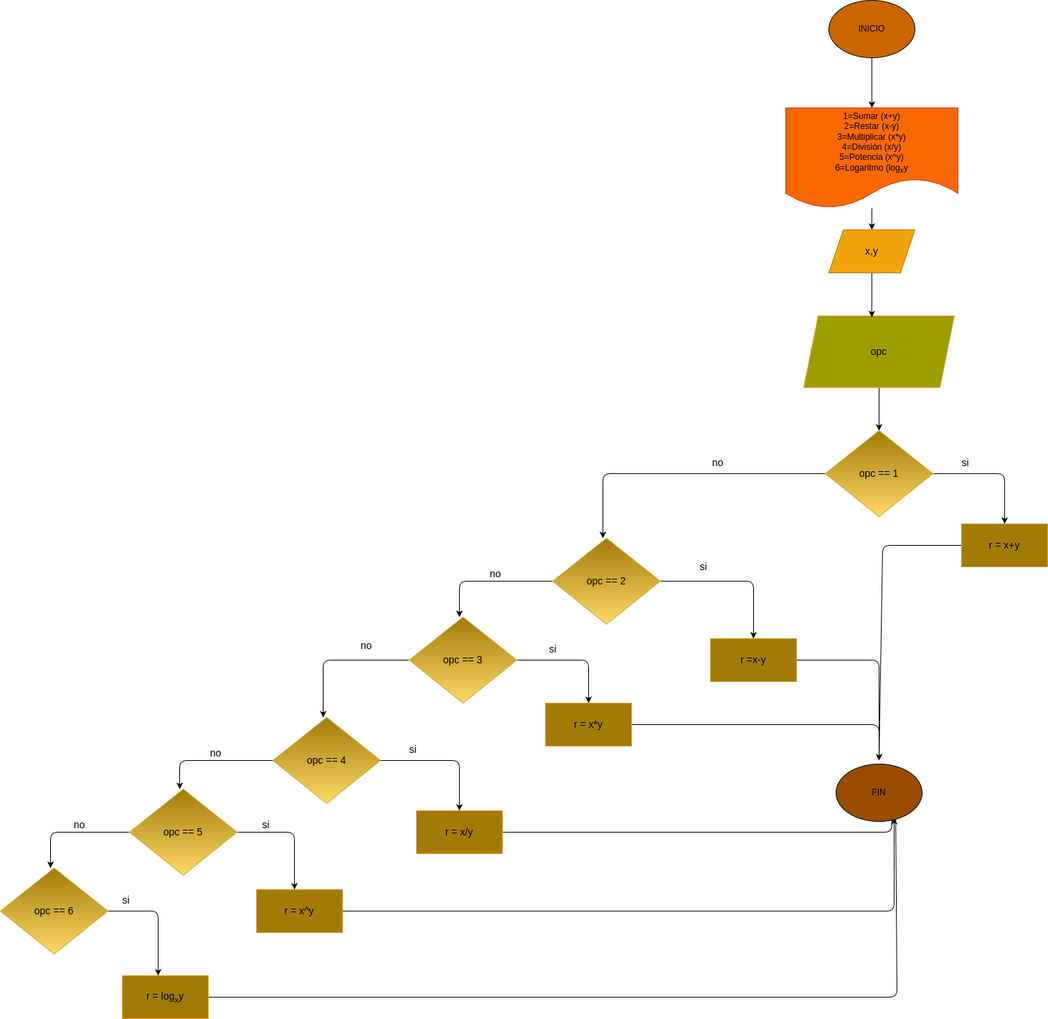
Before: diagrama.png, a diagram exported from draw.io (nidamapi/Mini_Calculadora_Guanentina). Source tidied: cells renumbered, new cells last; positions are measured from the earlier drawing's top-left corner, leaving out a move shared by most shapes.
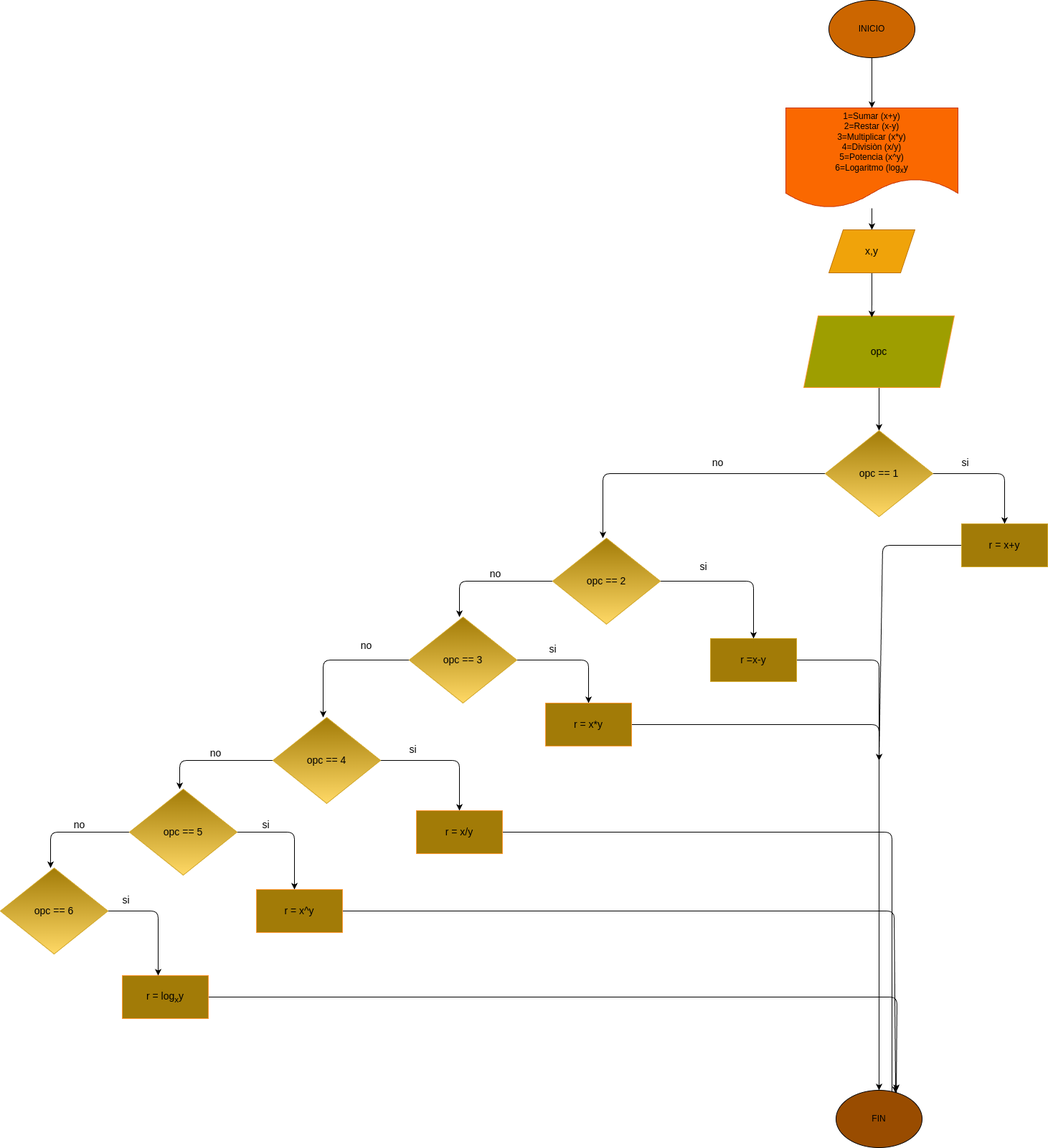
After the change.

Diff of the diagram source:
```diff
@@ -113,11 +113,11 @@
     <mxCell id="24" value="si" style="text;html=1;align=center;verticalAlign=middle;strokeColor=none;fillColor=none;fontSize=14;" parent="1" vertex="1">
       <mxGeometry x="755" y="890" width="30" height="30" as="geometry" />
     </mxCell>
-    <mxCell id="25" style="edgeStyle=none;html=1;fontSize=14;startArrow=none;startFill=0;" parent="1" edge="1" source="26">
+    <mxCell id="25" style="edgeStyle=none;html=1;fontSize=14;startArrow=none;startFill=0;entryX=0.5;entryY=0;entryDx=0;entryDy=0;" parent="1" edge="1" source="26" target="50">
       <mxGeometry relative="1" as="geometry">
-        <mxPoint x="1225" y="1060" as="targetPoint" />
         <Array as="points">
           <mxPoint x="1225" y="1010" />
+          <mxPoint x="1225" y="1170" />
         </Array>
       </mxGeometry>
     </mxCell>
@@ -155,11 +155,11 @@
     <mxCell id="33" value="si" style="text;html=1;align=center;verticalAlign=middle;strokeColor=none;fillColor=none;fontSize=14;" parent="1" vertex="1">
       <mxGeometry x="560" y="1030" width="30" height="30" as="geometry" />
     </mxCell>
-    <mxCell id="34" style="edgeStyle=none;html=1;entryX=0.582;entryY=1.043;entryDx=0;entryDy=0;entryPerimeter=0;fontSize=14;startArrow=none;startFill=0;" parent="1" edge="1" source="35">
+    <mxCell id="34" style="edgeStyle=none;html=1;entryX=0.708;entryY=0.013;entryDx=0;entryDy=0;entryPerimeter=0;fontSize=14;startArrow=none;startFill=0;" parent="1" edge="1" source="35" target="50">
       <mxGeometry relative="1" as="geometry">
-        <mxPoint x="1243" y="1133" as="targetPoint" />
         <Array as="points">
           <mxPoint x="1243" y="1160" />
+          <mxPoint x="1243" y="1530" />
         </Array>
       </mxGeometry>
     </mxCell>
@@ -191,9 +191,8 @@
     <mxCell id="40" value="si" style="text;html=1;align=center;verticalAlign=middle;strokeColor=none;fillColor=none;fontSize=14;" parent="1" vertex="1">
       <mxGeometry x="355" y="1135" width="30" height="30" as="geometry" />
     </mxCell>
-    <mxCell id="41" style="edgeStyle=none;html=1;fontSize=14;startArrow=none;startFill=0;" parent="1" edge="1" source="42">
+    <mxCell id="41" style="edgeStyle=none;html=1;fontSize=14;startArrow=none;startFill=0;entryX=0.692;entryY=0.05;entryDx=0;entryDy=0;entryPerimeter=0;" parent="1" edge="1" source="42" target="50">
       <mxGeometry relative="1" as="geometry">
-        <mxPoint x="1246" y="1140" as="targetPoint" />
         <Array as="points">
           <mxPoint x="1246" y="1270" />
         </Array>
@@ -205,9 +204,8 @@
     <mxCell id="43" value="no" style="text;html=1;align=center;verticalAlign=middle;strokeColor=none;fillColor=none;fontSize=14;" parent="1" vertex="1">
       <mxGeometry x="90" y="1135" width="40" height="30" as="geometry" />
     </mxCell>
-    <mxCell id="44" style="edgeStyle=none;html=1;fontSize=14;startArrow=none;startFill=0;entryX=0.605;entryY=1.014;entryDx=0;entryDy=0;entryPerimeter=0;" parent="1" edge="1" source="45">
+    <mxCell id="44" style="edgeStyle=none;html=1;fontSize=14;startArrow=none;startFill=0;entryX=0.7;entryY=0.013;entryDx=0;entryDy=0;entryPerimeter=0;" parent="1" edge="1" source="45" target="50">
       <mxGeometry relative="1" as="geometry">
-        <mxPoint x="1248.1" y="1131" as="targetPoint" />
         <Array as="points">
           <mxPoint x="1250" y="1390" />
         </Array>
@@ -234,7 +232,7 @@
       <mxGeometry x="1155" width="120" height="80" as="geometry" />
     </mxCell>
     <mxCell id="50" value="FIN" style="ellipse;whiteSpace=wrap;html=1;fillColor=#994C00;" parent="1" vertex="1">
-      <mxGeometry x="1165" y="1065" width="120" height="80" as="geometry" />
+      <mxGeometry x="1165" y="1520" width="120" height="80" as="geometry" />
     </mxCell>
   </root>
 </mxGraphModel>
```
